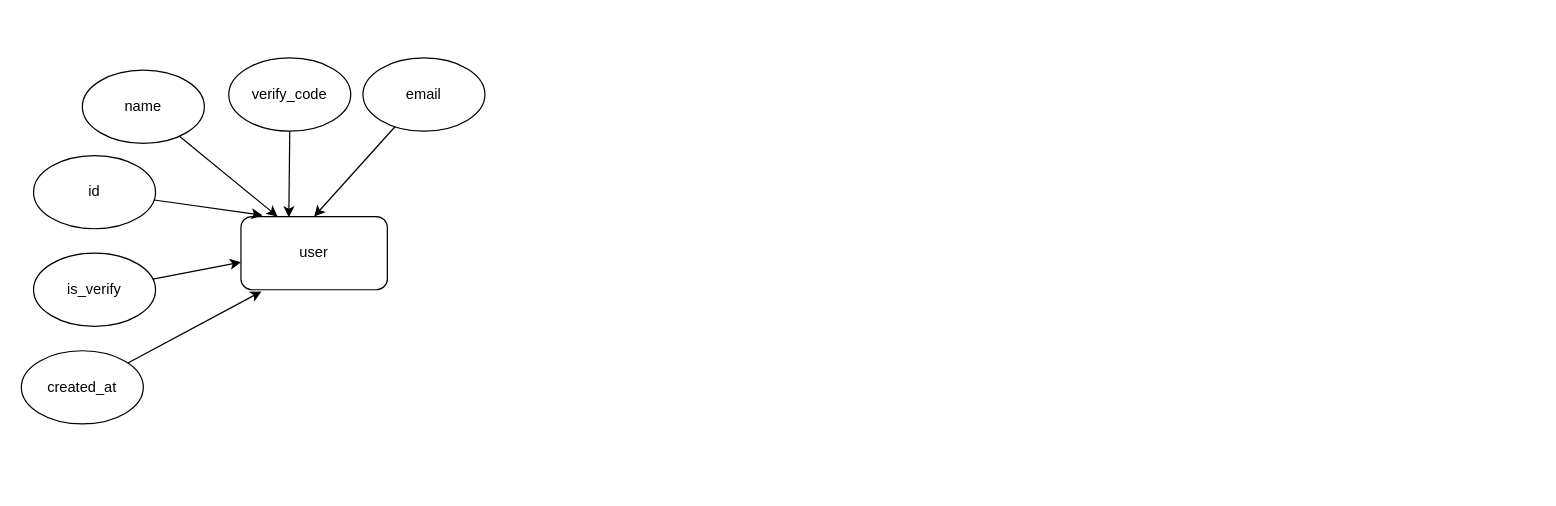
Earlier version of the draw.io diagram Diagram Tanpa Judul.drawio (bayudani/Backend_gym). Source tidied: cells renumbered, new cells numbered last; positions are measured from the earlier drawing's top-left corner, leaving out a move shared by most shapes. Both pictures are drawn from the tidied source at 122%, with x=0, y=0 at pixel (21, 57).
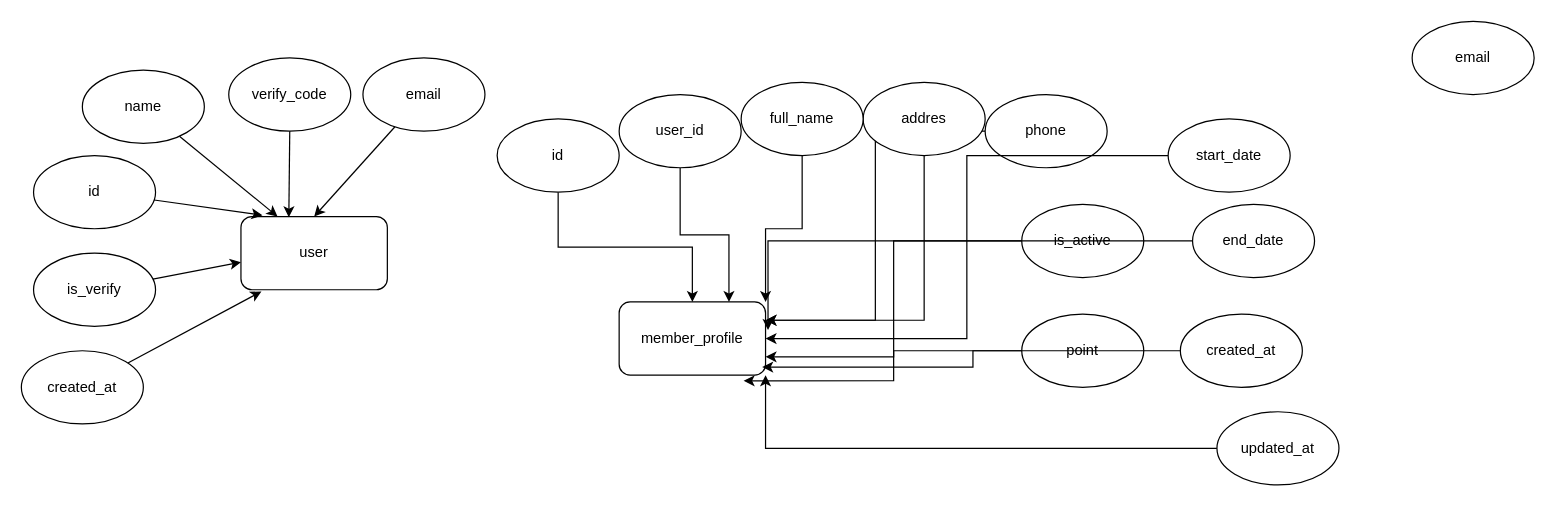
Above is the later version.

Diff of the diagram source:
```diff
@@
+    <mxCell id="15" value="member_profile" style="rounded=1;whiteSpace=wrap;html=1;" parent="1" vertex="1">
+      <mxGeometry x="490" y="200" width="120" height="60" as="geometry" />
+    </mxCell>
+    <mxCell id="16" style="edgeStyle=orthogonalEdgeStyle;rounded=0;jettySize=auto;html=1;entryX=0.75;entryY=0;entryDx=0;entryDy=0;" parent="1" edge="1" source="17" target="15">
+      <mxGeometry relative="1" as="geometry" />
+    </mxCell>
+    <mxCell id="17" value="user_id" style="ellipse;whiteSpace=wrap;html=1;" parent="1" vertex="1">
+      <mxGeometry x="490" y="30" width="100" height="60" as="geometry" />
+    </mxCell>
+    <mxCell id="18" style="edgeStyle=orthogonalEdgeStyle;rounded=0;jettySize=auto;html=1;entryX=1;entryY=0.75;entryDx=0;entryDy=0;" parent="1" edge="1" source="19" target="15">
+      <mxGeometry relative="1" as="geometry" />
+    </mxCell>
+    <mxCell id="19" value="is_active" style="ellipse;whiteSpace=wrap;html=1;" parent="1" vertex="1">
+      <mxGeometry x="820" y="120" width="100" height="60" as="geometry" />
+    </mxCell>
+    <mxCell id="20" style="edgeStyle=orthogonalEdgeStyle;rounded=0;jettySize=auto;html=1;" parent="1" edge="1" source="21" target="15">
+      <mxGeometry relative="1" as="geometry" />
+    </mxCell>
+    <mxCell id="21" value="id" style="ellipse;whiteSpace=wrap;html=1;" parent="1" vertex="1">
+      <mxGeometry x="390" y="50" width="100" height="60" as="geometry" />
+    </mxCell>
+    <mxCell id="22" style="edgeStyle=orthogonalEdgeStyle;rounded=0;jettySize=auto;html=1;entryX=1;entryY=0.25;entryDx=0;entryDy=0;" parent="1" edge="1" source="23" target="15">
+      <mxGeometry relative="1" as="geometry" />
+    </mxCell>
+    <mxCell id="23" value="phone" style="ellipse;whiteSpace=wrap;html=1;" parent="1" vertex="1">
+      <mxGeometry x="790" y="30" width="100" height="60" as="geometry" />
+    </mxCell>
+    <mxCell id="24" style="edgeStyle=orthogonalEdgeStyle;rounded=0;jettySize=auto;html=1;entryX=1;entryY=0.25;entryDx=0;entryDy=0;exitX=0.5;exitY=1;exitDx=0;exitDy=0;" parent="1" edge="1" source="25" target="15">
+      <mxGeometry relative="1" as="geometry">
+        <Array as="points">
+          <mxPoint x="740" y="215" />
+        </Array>
+      </mxGeometry>
+    </mxCell>
+    <mxCell id="25" value="addres" style="ellipse;whiteSpace=wrap;html=1;" parent="1" vertex="1">
+      <mxGeometry x="690" y="20" width="100" height="60" as="geometry" />
+    </mxCell>
+    <mxCell id="26" style="edgeStyle=orthogonalEdgeStyle;rounded=0;jettySize=auto;html=1;entryX=1;entryY=0;entryDx=0;entryDy=0;" parent="1" edge="1" source="27" target="15">
+      <mxGeometry relative="1" as="geometry" />
+    </mxCell>
+    <mxCell id="27" value="full_name" style="ellipse;whiteSpace=wrap;html=1;" parent="1" vertex="1">
+      <mxGeometry x="590" y="20" width="100" height="60" as="geometry" />
+    </mxCell>
+    <mxCell id="28" value="email" style="ellipse;whiteSpace=wrap;html=1;" parent="1" vertex="1">
+      <mxGeometry x="1140" y="-30" width="100" height="60" as="geometry" />
+    </mxCell>
+    <mxCell id="29" style="edgeStyle=orthogonalEdgeStyle;rounded=0;jettySize=auto;html=1;entryX=1;entryY=1;entryDx=0;entryDy=0;" parent="1" edge="1" source="30" target="15">
+      <mxGeometry relative="1" as="geometry" />
+    </mxCell>
+    <mxCell id="30" value="updated_at" style="ellipse;whiteSpace=wrap;html=1;" parent="1" vertex="1">
+      <mxGeometry x="980" y="290" width="100" height="60" as="geometry" />
+    </mxCell>
+    <mxCell id="31" value="created_at" style="ellipse;whiteSpace=wrap;html=1;" parent="1" vertex="1">
+      <mxGeometry x="950" y="210" width="100" height="60" as="geometry" />
+    </mxCell>
+    <mxCell id="32" value="end_date" style="ellipse;whiteSpace=wrap;html=1;" parent="1" vertex="1">
+      <mxGeometry x="960" y="120" width="100" height="60" as="geometry" />
+    </mxCell>
+    <mxCell id="33" style="edgeStyle=orthogonalEdgeStyle;rounded=0;jettySize=auto;html=1;entryX=1;entryY=0.5;entryDx=0;entryDy=0;" parent="1" edge="1" source="34" target="15">
+      <mxGeometry relative="1" as="geometry" />
+    </mxCell>
+    <mxCell id="34" value="start_date" style="ellipse;whiteSpace=wrap;html=1;" parent="1" vertex="1">
+      <mxGeometry x="940" y="50" width="100" height="60" as="geometry" />
+    </mxCell>
+    <mxCell id="35" value="point" style="ellipse;whiteSpace=wrap;html=1;" parent="1" vertex="1">
+      <mxGeometry x="820" y="210" width="100" height="60" as="geometry" />
+    </mxCell>
+    <mxCell id="36" style="edgeStyle=orthogonalEdgeStyle;rounded=0;jettySize=auto;html=1;entryX=0.85;entryY=1.077;entryDx=0;entryDy=0;entryPerimeter=0;" parent="1" edge="1" source="35" target="15">
+      <mxGeometry relative="1" as="geometry" />
+    </mxCell>
+    <mxCell id="37" style="edgeStyle=orthogonalEdgeStyle;rounded=0;jettySize=auto;html=1;entryX=1.017;entryY=0.383;entryDx=0;entryDy=0;entryPerimeter=0;" parent="1" edge="1" source="32" target="15">
+      <mxGeometry relative="1" as="geometry" />
+    </mxCell>
+    <mxCell id="38" style="edgeStyle=orthogonalEdgeStyle;rounded=0;jettySize=auto;html=1;entryX=0.977;entryY=0.89;entryDx=0;entryDy=0;entryPerimeter=0;" parent="1" edge="1" source="31" target="15">
+      <mxGeometry relative="1" as="geometry" />
+    </mxCell>
```
